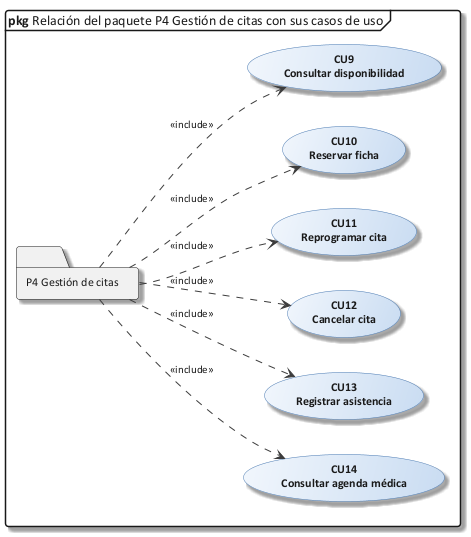
Earlier version of the PlantUML export Docs/diagramas/26_rel_p4.png (Kato-001/nova-salud). Its diagram source:
```plantuml
@startuml 26_rel_p4
!include C:/Users/Sergio Estaca Paco/Desktop/HeadSalud/Docs/diagramas/estilo_ea.iuml
mainframe **pkg** Relación del paquete P4 Gestión de citas con sus casos de uso
left to right direction
folder "P4 Gestión de citas" as PK
usecase "CU9\nConsultar disponibilidad" as CU9
PK ..> CU9 : <<include>>
usecase "CU10\nReservar ficha" as CU10
PK ..> CU10 : <<include>>
usecase "CU11\nReprogramar cita" as CU11
PK ..> CU11 : <<include>>
usecase "CU12\nCancelar cita" as CU12
PK ..> CU12 : <<include>>
usecase "CU13\nRegistrar asistencia" as CU13
PK ..> CU13 : <<include>>
usecase "CU14\nConsultar agenda médica" as CU14
PK ..> CU14 : <<include>>
@enduml
```
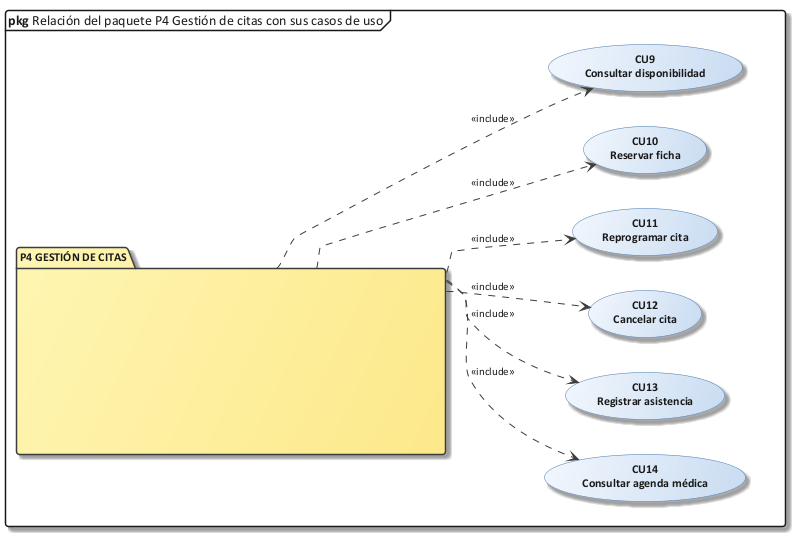
Later version of the same file.

The edit, as a diff of the source:
```diff
@@ -1,8 +1,17 @@
 @startuml 26_rel_p4
 !include C:/Users/Sergio Estaca Paco/Desktop/HeadSalud/Docs/diagramas/estilo_ea.iuml
+skinparam PackageBackgroundColor #FFF6B3/#FDE98A
 mainframe **pkg** Relación del paquete P4 Gestión de citas con sus casos de uso
 left to right direction
-folder "P4 Gestión de citas" as PK
+package "P4 GESTIÓN DE CITAS" as PK {
+  skinparam rectangle<<oculto>> {
+    BackgroundColor transparent
+    BorderColor transparent
+    StereotypeFontSize 0
+    shadowing false
+  }
+  rectangle "<size:40>                                        </size>\n\n\n" <<oculto>> as X
+}
 usecase "CU9\nConsultar disponibilidad" as CU9
 PK ..> CU9 : <<include>>
 usecase "CU10\nReservar ficha" as CU10
```
